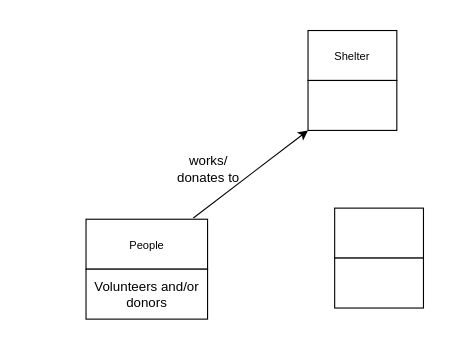
Before: DomainAnalysis.drawio in Alex-A-Denny/SWEN-Group-Project, a draw.io diagram. Source tidied: cells renumbered, new cells numbered last; positions are measured from the earlier drawing's top-left corner, leaving out a move shared by most shapes. Both pictures are drawn from the tidied source at 111%, with x=0, y=0 at pixel (85, 30).
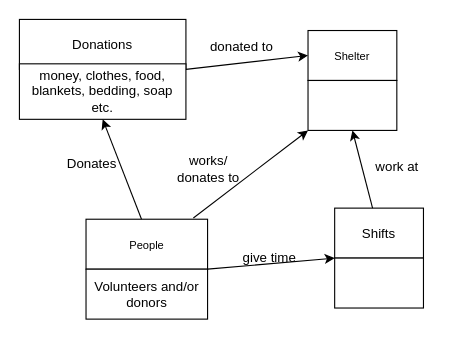
The same diagram, later.

The change refers to these unchanged cells:
```xml
<mxCell id="3" value="&lt;font size=&quot;1&quot;&gt;Shelter&lt;/font&gt;" style="rounded=0;whiteSpace=wrap;html=1;" parent="2" vertex="1">
  <mxGeometry width="80" height="45" as="geometry" />
</mxCell>
<mxCell id="4" style="rounded=0;whiteSpace=wrap;html=1;" parent="2" vertex="1">
  <mxGeometry y="45" width="80" height="45" as="geometry" />
</mxCell>
<mxCell id="6" value="&lt;font size=&quot;1&quot;&gt;People&lt;/font&gt;" style="rounded=0;whiteSpace=wrap;html=1;" parent="5" vertex="1">
  <mxGeometry width="109.5" height="45" as="geometry" />
</mxCell>
<mxCell id="10" style="group;" parent="1" vertex="1">
  <mxGeometry x="224" y="160" width="80" height="90" as="geometry" />
</mxCell>
```

The edit, as a diff of the source:
```diff
@@
-    <mxCell id="11" style="rounded=0;whiteSpace=wrap;html=1;" parent="10" vertex="1">
+    <mxCell id="11" value="Shifts" style="rounded=0;whiteSpace=wrap;html=1;" parent="10" vertex="1">
       <mxGeometry width="80" height="45" as="geometry" />
     </mxCell>
@@
+    <mxCell id="13" style="group;" parent="1" vertex="1">
+      <mxGeometry x="-60" y="-10" width="150" height="90" as="geometry" />
+    </mxCell>
+    <mxCell id="14" value="Donations" style="rounded=0;whiteSpace=wrap;html=1;" parent="13" vertex="1">
+      <mxGeometry width="150" height="45" as="geometry" />
+    </mxCell>
+    <mxCell id="15" value="money, clothes, food, blankets, bedding, soap etc." style="rounded=0;whiteSpace=wrap;html=1;" parent="13" vertex="1">
+      <mxGeometry y="40" width="150" height="50" as="geometry" />
+    </mxCell>
+    <mxCell id="16" style="endArrow=classic;html=1;rounded=0;entryX=0.5;entryY=1;entryDx=0;entryDy=0;" parent="1" edge="1" target="15">
+      <mxGeometry relative="1" as="geometry">
+        <mxPoint x="50" y="170" as="sourcePoint" />
+      </mxGeometry>
+    </mxCell>
+    <mxCell id="17" value="Donates" style="text;html=1;align=center;verticalAlign=middle;strokeColor=none;fillColor=none;" parent="1" vertex="1">
+      <mxGeometry x="-30" y="105" width="70" height="30" as="geometry" />
+    </mxCell>
+    <mxCell id="18" style="endArrow=classic;html=1;rounded=0;exitX=1;exitY=1;exitDx=0;exitDy=0;entryX=0;entryY=0.5;entryDx=0;entryDy=0;" parent="1" edge="1" source="14" target="3">
+      <mxGeometry relative="1" as="geometry" />
+    </mxCell>
+    <mxCell id="19" value="donated to" style="text;html=1;align=center;verticalAlign=middle;strokeColor=none;fillColor=none;" parent="1" vertex="1">
+      <mxGeometry x="100" width="80" height="30" as="geometry" />
+    </mxCell>
+    <mxCell id="20" style="endArrow=classic;html=1;rounded=0;entryX=0.5;entryY=1;entryDx=0;entryDy=0;" parent="1" edge="1" source="11" target="4">
+      <mxGeometry relative="1" as="geometry" />
+    </mxCell>
+    <mxCell id="21" style="endArrow=classic;html=1;rounded=0;exitX=1;exitY=1;exitDx=0;exitDy=0;entryX=0;entryY=1;entryDx=0;entryDy=0;" parent="1" edge="1" source="6" target="11">
+      <mxGeometry relative="1" as="geometry" />
+    </mxCell>
+    <mxCell id="22" value="give time" style="text;html=1;align=center;verticalAlign=middle;strokeColor=none;fillColor=none;" parent="1" vertex="1">
+      <mxGeometry x="130" y="190" width="70" height="30" as="geometry" />
+    </mxCell>
+    <mxCell id="23" value="work at" style="text;html=1;align=center;verticalAlign=middle;strokeColor=none;fillColor=none;" parent="1" vertex="1">
+      <mxGeometry x="250" y="108" width="60" height="30" as="geometry" />
+    </mxCell>
```
